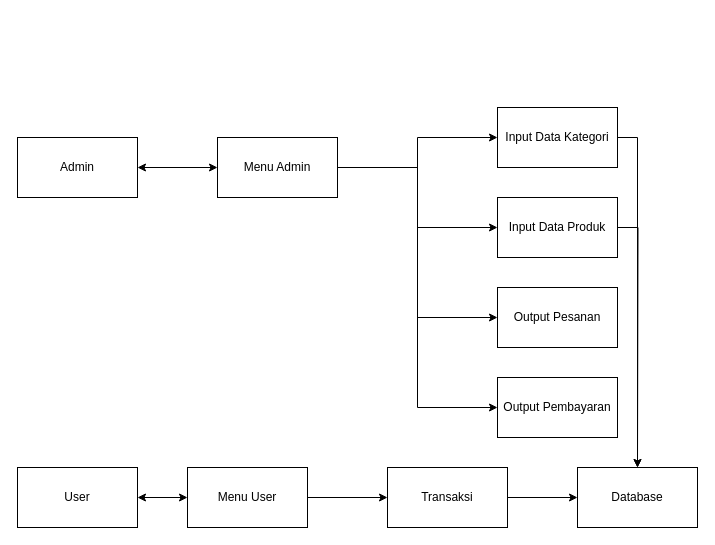
Above: page "aliran diagram" (12 of 12) of File_Proyek3/diagram v_mart.drawio in aldinurhanudin/Vmart_API (draw.io), before the change. Source tidied: cells renumbered, new cells numbered last; positions are measured from the earlier drawing's top-left corner, leaving out a move shared by most shapes. Both pictures are drawn from the tidied source at 100%, with x=0, y=0 at pixel (17, 107).
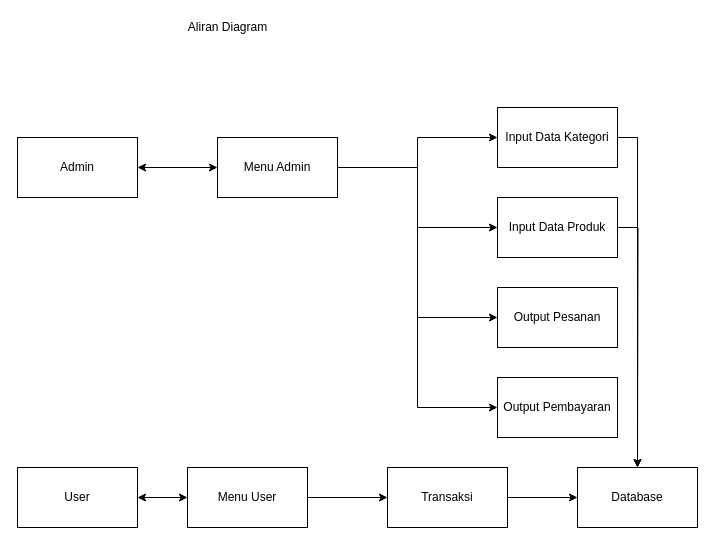
The same page after the edit.

What changed in the source:
```diff
@@
+    <mxCell id="22" value="Aliran Diagram" style="text;html=1;align=center;verticalAlign=middle;" parent="1" vertex="1">
+      <mxGeometry x="165" y="-90" width="90" height="20" as="geometry" />
+    </mxCell>
```
